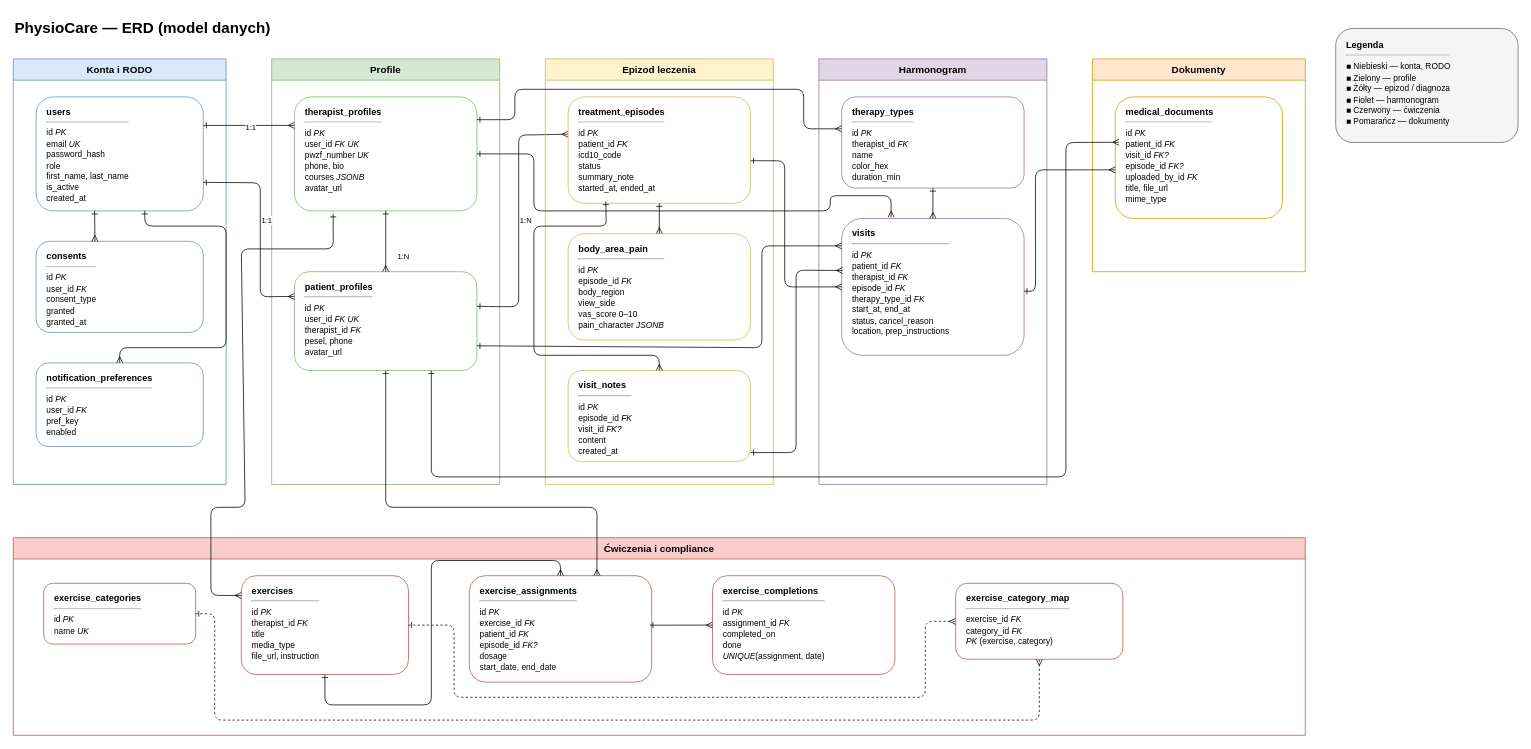
kacperszczudlo/PhysioCare keeps this draw.io diagram as docs/diagrams/erd.drawio. Above is the earlier version. Source tidied: cells renumbered, new cells numbered last; positions are measured from the earlier drawing's top-left corner, leaving out a move shared by most shapes. Both pictures are drawn from the tidied source at 76%, with x=0, y=0 at pixel (13, 13).
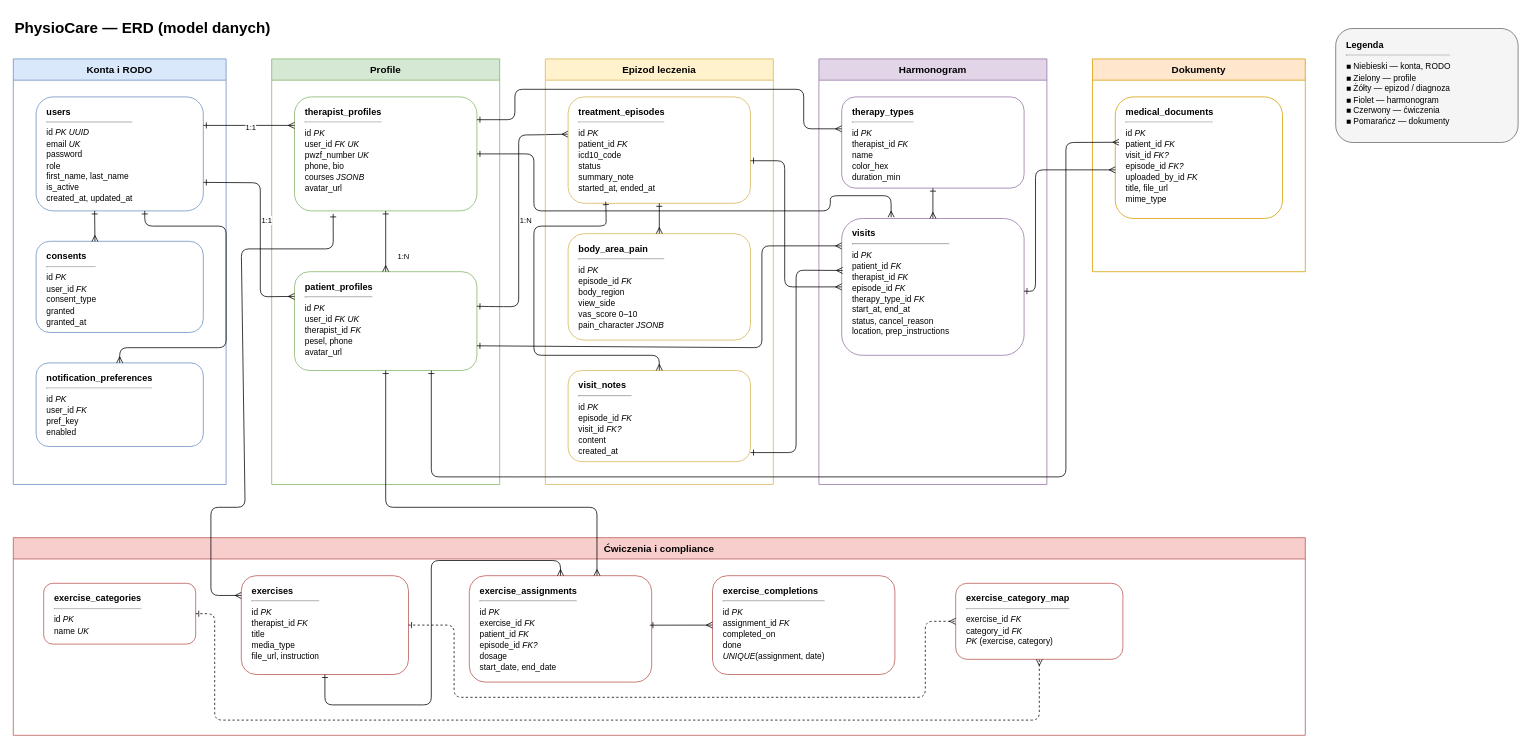
Above is the later version.

Commit message (it also covers changes not shown here):
chore: sync schema.sql from migrations and update ERD diagram

Add pg_dump sync script, regenerate database/schema.sql after Faza 1
migrations, and align users entity in erd.drawio with UUID PK model.

The change refers to these unchanged cells:
```xml
<mxCell id="4" value="Konta i RODO" style="swimlane;startSize=28;fillColor=#dae8fc;strokeColor=#6c8ebf;fontStyle=1;fontSize=13;fontFamily=Helvetica;" parent="1" vertex="1">
  <mxGeometry y="60" width="280" height="560" as="geometry" />
</mxCell>
```

Change to the diagram source:
```diff
@@
-    <mxCell id="5" value="&lt;b&gt;users&lt;/b&gt;&lt;hr size=&quot;1&quot;&gt;&lt;font style=&quot;font-size:11px&quot;&gt;id &lt;i&gt;PK&lt;/i&gt;&lt;br&gt;email &lt;i&gt;UK&lt;/i&gt;&lt;br&gt;password_hash&lt;br&gt;role&lt;br&gt;first_name, last_name&lt;br&gt;is_active&lt;br&gt;created_at&lt;/font&gt;" style="rounded=1;whiteSpace=wrap;html=1;align=left;verticalAlign=top;spacingLeft=12;spacingTop=6;fillColor=#ffffff;strokeColor=#6c8ebf;fontFamily=Helvetica;" parent="4" vertex="1">
+    <mxCell id="5" value="&lt;b&gt;users&lt;/b&gt;&lt;hr size=&quot;1&quot;&gt;&lt;font style=&quot;font-size:11px&quot;&gt;id &lt;i&gt;PK UUID&lt;/i&gt;&lt;br&gt;email &lt;i&gt;UK&lt;/i&gt;&lt;br&gt;password&lt;br&gt;role&lt;br&gt;first_name, last_name&lt;br&gt;is_active&lt;br&gt;created_at, updated_at&lt;/font&gt;" style="rounded=1;whiteSpace=wrap;html=1;align=left;verticalAlign=top;spacingLeft=12;spacingTop=6;fillColor=#ffffff;strokeColor=#6c8ebf;fontFamily=Helvetica;" parent="4" vertex="1">
       <mxGeometry x="30" y="50" width="220" height="150" as="geometry" />
     </mxCell>
```
